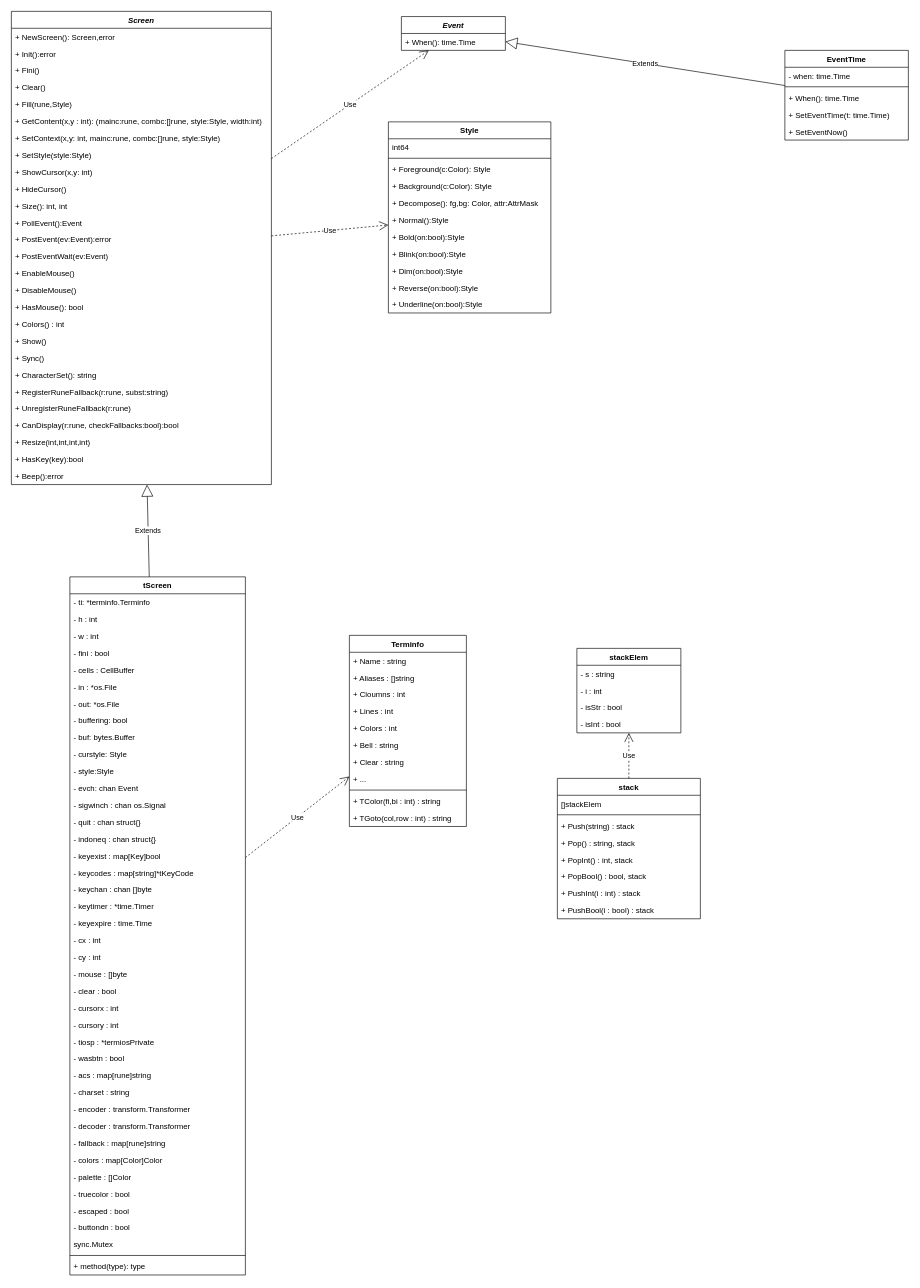
Earlier version of the draw.io diagram 15.puzzle/tcell.drawio (63isOK/conference_graph). Source tidied: cells renumbered, new cells numbered last; positions are measured from the earlier drawing's top-left corner, leaving out a move shared by most shapes. Both pictures are drawn from the tidied source at 65%, with x=0, y=0 at pixel (11, 11).
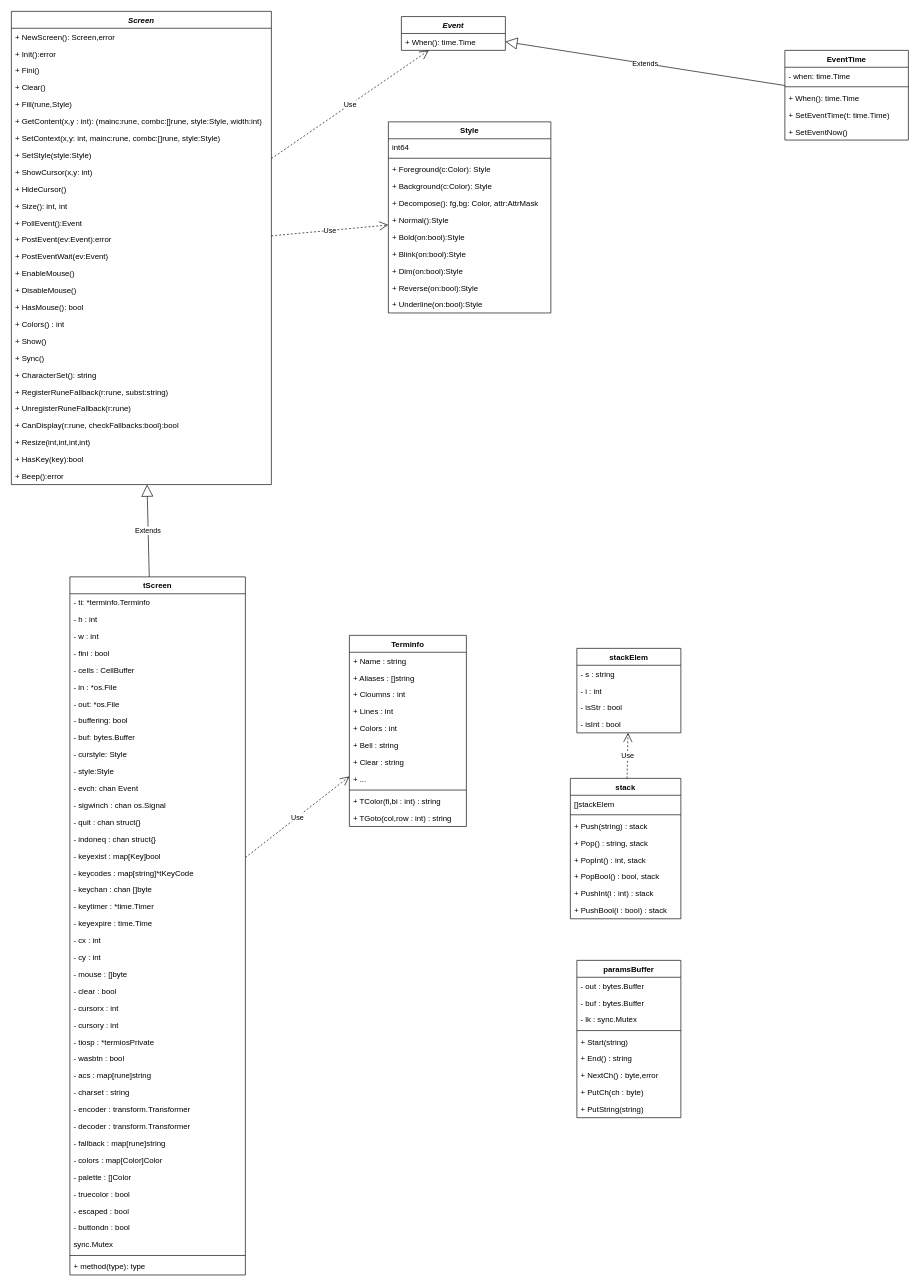
The same page after the edit.

Commit message:
tcell.paramsBuffer

What changed in the source:
```diff
@@
     <mxCell id="114" value="stack" style="swimlane;fontStyle=1;align=center;verticalAlign=top;horizontal=1;startSize=26;" parent="1" vertex="1">
-      <mxGeometry x="840" y="1180" width="220" height="216" as="geometry" />
+      <mxGeometry x="860" y="1180" width="170" height="216" as="geometry" />
     </mxCell>
     <mxCell id="115" value="[]stackElem" style="text;strokeColor=none;fillColor=none;align=left;verticalAlign=top;spacingLeft=4;spacingRight=4;overflow=hidden;" parent="114" vertex="1">
-      <mxGeometry y="26" width="220" height="26" as="geometry" />
+      <mxGeometry y="26" width="170" height="26" as="geometry" />
     </mxCell>
     <mxCell id="116" style="line;strokeWidth=1;fillColor=none;align=left;verticalAlign=middle;spacingTop=-1;spacingLeft=3;spacingRight=3;labelPosition=right;" parent="114" vertex="1">
-      <mxGeometry y="52" width="220" height="8" as="geometry" />
+      <mxGeometry y="52" width="170" height="8" as="geometry" />
     </mxCell>
     <mxCell id="117" value="+ Push(string) : stack" style="text;strokeColor=none;fillColor=none;align=left;verticalAlign=top;spacingLeft=4;spacingRight=4;overflow=hidden;" parent="114" vertex="1">
-      <mxGeometry y="60" width="220" height="26" as="geometry" />
+      <mxGeometry y="60" width="170" height="26" as="geometry" />
     </mxCell>
     <mxCell id="118" value="+ Pop() : string, stack" style="text;strokeColor=none;fillColor=none;align=left;verticalAlign=top;spacingLeft=4;spacingRight=4;overflow=hidden;" parent="114" vertex="1">
-      <mxGeometry y="86" width="220" height="26" as="geometry" />
+      <mxGeometry y="86" width="170" height="26" as="geometry" />
     </mxCell>
     <mxCell id="119" value="+ PopInt() : int, stack" style="text;strokeColor=none;fillColor=none;align=left;verticalAlign=top;spacingLeft=4;spacingRight=4;overflow=hidden;" parent="114" vertex="1">
-      <mxGeometry y="112" width="220" height="26" as="geometry" />
+      <mxGeometry y="112" width="170" height="26" as="geometry" />
     </mxCell>
     <mxCell id="120" value="+ PopBool() : bool, stack" style="text;strokeColor=none;fillColor=none;align=left;verticalAlign=top;spacingLeft=4;spacingRight=4;overflow=hidden;" parent="114" vertex="1">
-      <mxGeometry y="138" width="220" height="26" as="geometry" />
+      <mxGeometry y="138" width="170" height="26" as="geometry" />
     </mxCell>
     <mxCell id="121" value="+ PushInt(i : int) : stack" style="text;strokeColor=none;fillColor=none;align=left;verticalAlign=top;spacingLeft=4;spacingRight=4;overflow=hidden;" parent="114" vertex="1">
-      <mxGeometry y="164" width="220" height="26" as="geometry" />
+      <mxGeometry y="164" width="170" height="26" as="geometry" />
     </mxCell>
     <mxCell id="122" value="+ PushBool(i : bool) : stack" style="text;strokeColor=none;fillColor=none;align=left;verticalAlign=top;spacingLeft=4;spacingRight=4;overflow=hidden;" parent="114" vertex="1">
-      <mxGeometry y="190" width="220" height="26" as="geometry" />
+      <mxGeometry y="190" width="170" height="26" as="geometry" />
     </mxCell>
@@
+    <mxCell id="124" value="paramsBuffer" style="swimlane;fontStyle=1;align=center;verticalAlign=top;horizontal=1;startSize=26;" parent="1" vertex="1">
+      <mxGeometry x="870" y="1460" width="160" height="242" as="geometry" />
+    </mxCell>
+    <mxCell id="125" value="- out : bytes.Buffer" style="text;strokeColor=none;fillColor=none;align=left;verticalAlign=top;spacingLeft=4;spacingRight=4;overflow=hidden;" parent="124" vertex="1">
+      <mxGeometry y="26" width="160" height="26" as="geometry" />
+    </mxCell>
+    <mxCell id="126" value="- buf : bytes.Buffer" style="text;strokeColor=none;fillColor=none;align=left;verticalAlign=top;spacingLeft=4;spacingRight=4;overflow=hidden;" parent="124" vertex="1">
+      <mxGeometry y="52" width="160" height="26" as="geometry" />
+    </mxCell>
+    <mxCell id="127" value="- lk : sync.Mutex" style="text;strokeColor=none;fillColor=none;align=left;verticalAlign=top;spacingLeft=4;spacingRight=4;overflow=hidden;" parent="124" vertex="1">
+      <mxGeometry y="78" width="160" height="26" as="geometry" />
+    </mxCell>
+    <mxCell id="128" style="line;strokeWidth=1;fillColor=none;align=left;verticalAlign=middle;spacingTop=-1;spacingLeft=3;spacingRight=3;labelPosition=right;" parent="124" vertex="1">
+      <mxGeometry y="104" width="160" height="8" as="geometry" />
+    </mxCell>
+    <mxCell id="129" value="+ Start(string)" style="text;strokeColor=none;fillColor=none;align=left;verticalAlign=top;spacingLeft=4;spacingRight=4;overflow=hidden;" parent="124" vertex="1">
+      <mxGeometry y="112" width="160" height="26" as="geometry" />
+    </mxCell>
+    <mxCell id="130" value="+ End() : string" style="text;strokeColor=none;fillColor=none;align=left;verticalAlign=top;spacingLeft=4;spacingRight=4;overflow=hidden;" parent="124" vertex="1">
+      <mxGeometry y="138" width="160" height="26" as="geometry" />
+    </mxCell>
+    <mxCell id="131" value="+ NextCh() : byte,error" style="text;strokeColor=none;fillColor=none;align=left;verticalAlign=top;spacingLeft=4;spacingRight=4;overflow=hidden;" parent="124" vertex="1">
+      <mxGeometry y="164" width="160" height="26" as="geometry" />
+    </mxCell>
+    <mxCell id="132" value="+ PutCh(ch : byte)" style="text;strokeColor=none;fillColor=none;align=left;verticalAlign=top;spacingLeft=4;spacingRight=4;overflow=hidden;" parent="124" vertex="1">
+      <mxGeometry y="190" width="160" height="26" as="geometry" />
+    </mxCell>
+    <mxCell id="133" value="+ PutString(string)" style="text;strokeColor=none;fillColor=none;align=left;verticalAlign=top;spacingLeft=4;spacingRight=4;overflow=hidden;" parent="124" vertex="1">
+      <mxGeometry y="216" width="160" height="26" as="geometry" />
+    </mxCell>
```
